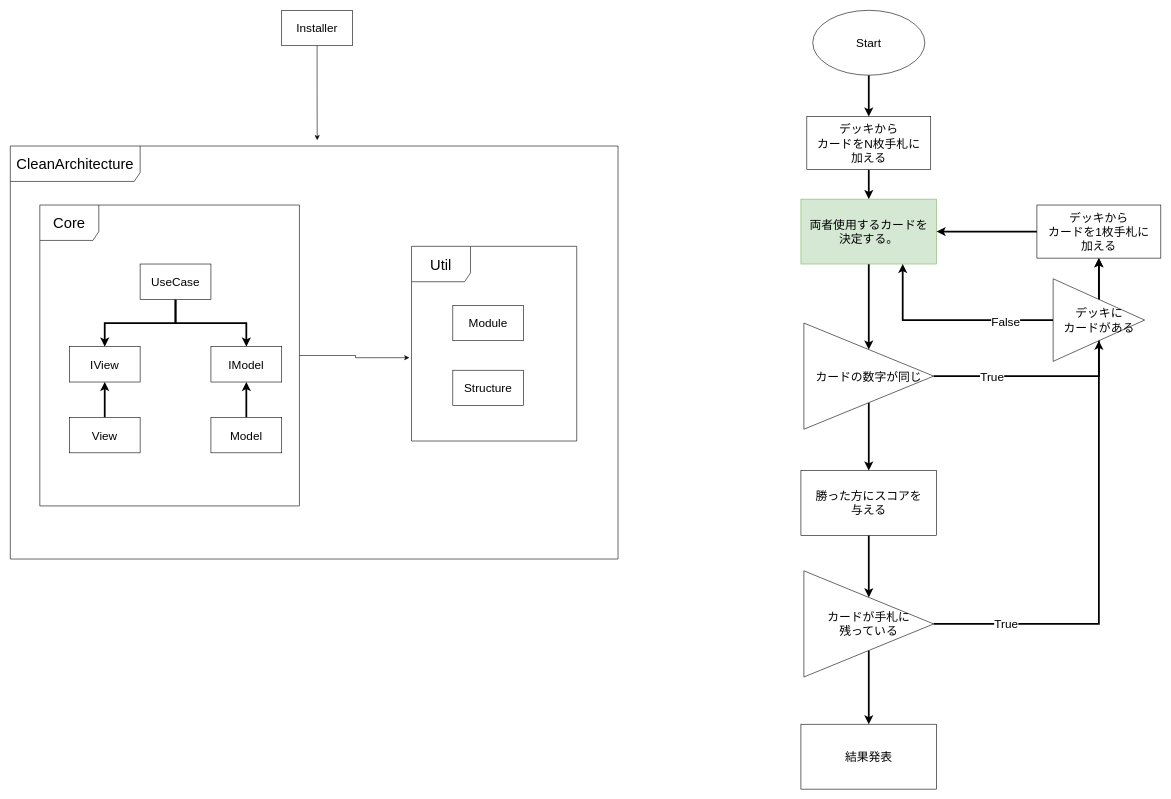
The draw.io diagram 2025winterGamejam/Docs/ClassDependency.drawio in ShotaKasuya/Team12025WinterGameJam, before the edit. Source tidied: cells renumbered, new cells numbered last; positions are measured from the earlier drawing's top-left corner, leaving out a move shared by most shapes. Both pictures are drawn from the tidied source at 59%, with x=0, y=0 at pixel (10, 10).
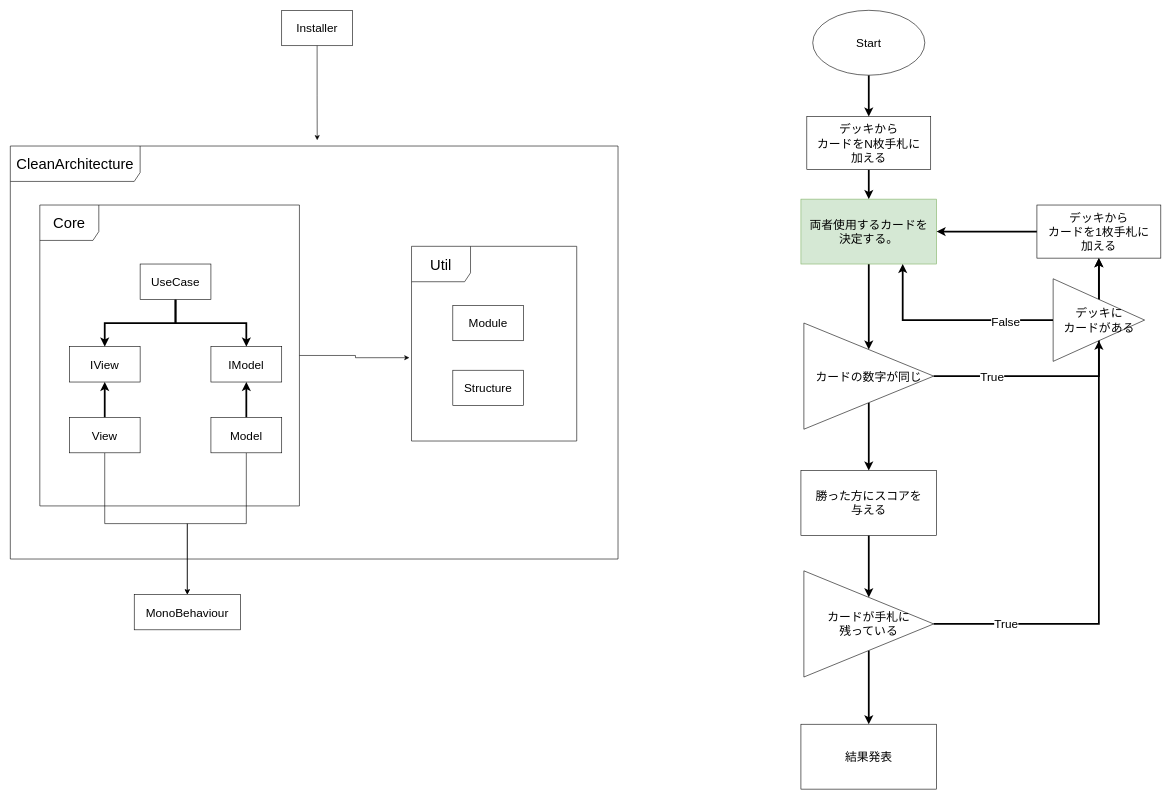
The same diagram, later.

Unchanged cells that the change refers to:
```xml
<mxCell id="8" value="Model" style="rounded=0;whiteSpace=wrap;html=1;fontSize=20;" parent="1" vertex="1">
  <mxGeometry x="340" y="690" width="120" height="60" as="geometry" />
</mxCell>
<mxCell id="10" value="View" style="rounded=0;whiteSpace=wrap;html=1;fontSize=20;" parent="1" vertex="1">
  <mxGeometry x="100" y="690" width="120" height="60" as="geometry" />
</mxCell>
```

What changed in the source:
```diff
@@
+    <mxCell id="42" style="edgeStyle=orthogonalEdgeStyle;rounded=0;jettySize=auto;html=1;exitX=0.5;exitY=1;exitDx=0;exitDy=0;entryX=0.5;entryY=0;entryDx=0;entryDy=0;" parent="1" edge="1" source="8" target="44">
+      <mxGeometry relative="1" as="geometry" />
+    </mxCell>
@@
+    <mxCell id="43" style="edgeStyle=orthogonalEdgeStyle;rounded=0;jettySize=auto;html=1;entryX=0.5;entryY=0;entryDx=0;entryDy=0;" parent="1" edge="1" source="10" target="44">
+      <mxGeometry relative="1" as="geometry" />
+    </mxCell>
@@
+    <mxCell id="44" value="MonoBehaviour" style="rounded=0;whiteSpace=wrap;html=1;fontSize=20;" parent="1" vertex="1">
+      <mxGeometry x="210" y="990" width="180" height="60" as="geometry" />
+    </mxCell>
```
